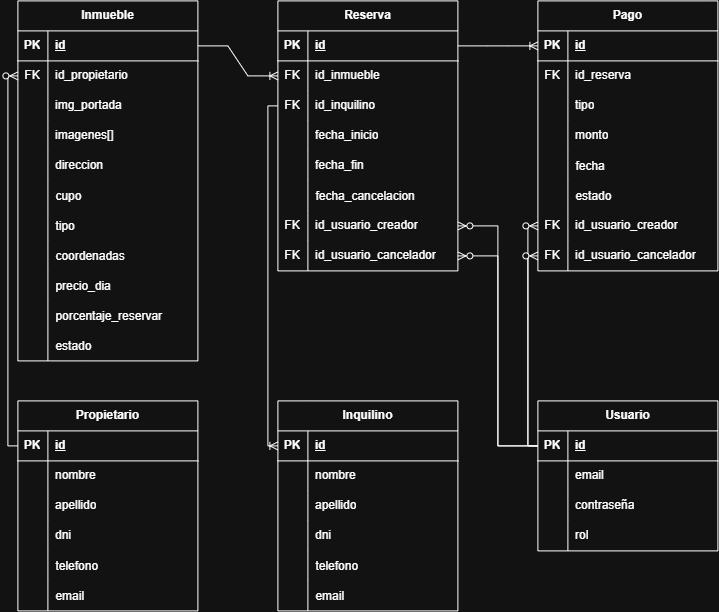
This is proyectoInmobiliaria.drawio.png from FranciscoCordoba/inmobiliariaLab2, a draw.io export, as it was before one commit. Source tidied: cells renumbered, new cells last; positions are measured from the earlier drawing's top-left corner, leaving out a move shared by most shapes.
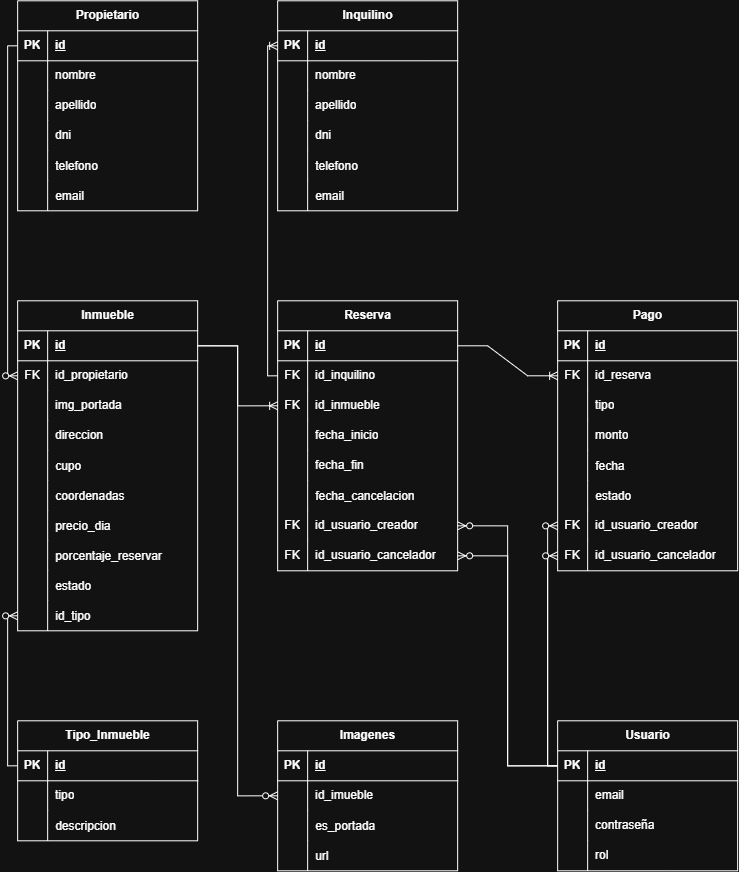
The same diagram one commit later.

Diff of the diagram source:
```diff
@@ -3,7 +3,7 @@
     <mxCell id="0" />
     <mxCell id="1" parent="0" />
     <mxCell id="2" value="Inmueble" style="shape=table;startSize=30;rowLines=0;fontStyle=1;align=center;html=1;" parent="1" vertex="1">
-      <mxGeometry width="180" height="360" as="geometry" />
+      <mxGeometry x="-40" y="300" width="180" height="330" as="geometry" />
     </mxCell>
     <mxCell id="3" style="shape=tableRow;horizontal=0;startSize=0;swimlaneHead=0;swimlaneBody=0;fillColor=none;points=[[0,0.5],[1,0.5]];portConstraint=eastwest;top=0;left=0;right=0;bottom=1;" parent="2" vertex="1">
       <mxGeometry y="30" width="180" height="30" as="geometry" />
@@ -32,17 +32,8 @@
     <mxCell id="11" value="img_portada" style="shape=partialRectangle;fillColor=none;top=0;left=0;bottom=0;right=0;align=left;spacingLeft=6;overflow=hidden;whiteSpace=wrap;html=1;" parent="9" vertex="1">
       <mxGeometry x="30" width="150" height="30" as="geometry" />
     </mxCell>
-    <mxCell id="12" style="shape=tableRow;horizontal=0;startSize=0;swimlaneHead=0;swimlaneBody=0;fillColor=none;top=0;left=0;right=0;bottom=0;" parent="2" vertex="1">
-      <mxGeometry y="120" width="180" height="30" as="geometry" />
-    </mxCell>
-    <mxCell id="13" style="shape=partialRectangle;fillColor=none;top=0;left=0;bottom=0;right=0;overflow=hidden;whiteSpace=wrap;html=1;" parent="12" vertex="1">
-      <mxGeometry width="30" height="30" as="geometry" />
-    </mxCell>
-    <mxCell id="14" value="imagenes[]" style="shape=partialRectangle;fillColor=none;top=0;left=0;bottom=0;right=0;align=left;spacingLeft=6;overflow=hidden;whiteSpace=wrap;html=1;" parent="12" vertex="1">
-      <mxGeometry x="30" width="150" height="30" as="geometry" />
-    </mxCell>
     <mxCell id="15" style="shape=tableRow;horizontal=0;startSize=0;swimlaneHead=0;swimlaneBody=0;fillColor=none;top=0;left=0;right=0;bottom=0;" parent="2" vertex="1">
-      <mxGeometry y="150" width="180" height="30" as="geometry" />
+      <mxGeometry y="120" width="180" height="30" as="geometry" />
     </mxCell>
     <mxCell id="16" style="shape=partialRectangle;fillColor=none;top=0;left=0;bottom=0;right=0;overflow=hidden;whiteSpace=wrap;html=1;" parent="15" vertex="1">
       <mxGeometry width="30" height="30" as="geometry" />
@@ -51,7 +42,7 @@
       <mxGeometry x="30" width="150" height="30" as="geometry" />
     </mxCell>
     <mxCell id="18" style="shape=tableRow;horizontal=0;startSize=0;swimlaneHead=0;swimlaneBody=0;fillColor=none;top=0;left=0;right=0;bottom=0;" parent="2" vertex="1">
-      <mxGeometry y="180" width="180" height="30" as="geometry" />
+      <mxGeometry y="150" width="180" height="30" as="geometry" />
     </mxCell>
     <mxCell id="19" style="shape=partialRectangle;fillColor=none;top=0;left=0;bottom=0;right=0;overflow=hidden;" parent="18" vertex="1">
       <mxGeometry width="30" height="30" as="geometry" />
@@ -59,17 +50,8 @@
     <mxCell id="20" value="cupo" style="shape=partialRectangle;fillColor=none;top=0;left=0;bottom=0;right=0;align=left;spacingLeft=6;overflow=hidden;" parent="18" vertex="1">
       <mxGeometry x="30" width="150" height="30" as="geometry" />
     </mxCell>
-    <mxCell id="21" style="shape=tableRow;horizontal=0;startSize=0;swimlaneHead=0;swimlaneBody=0;fillColor=none;points=[[0,0.5],[1,0.5]];portConstraint=eastwest;top=0;left=0;right=0;bottom=0;" parent="2" vertex="1">
-      <mxGeometry y="210" width="180" height="30" as="geometry" />
-    </mxCell>
-    <mxCell id="22" style="shape=partialRectangle;fillColor=none;top=0;left=0;bottom=0;right=0;overflow=hidden;" parent="21" vertex="1">
-      <mxGeometry width="30" height="30" as="geometry" />
-    </mxCell>
-    <mxCell id="23" value="tipo" style="shape=partialRectangle;fillColor=none;top=0;left=0;bottom=0;right=0;align=left;spacingLeft=6;overflow=hidden;" parent="21" vertex="1">
-      <mxGeometry x="30" width="150" height="30" as="geometry" />
-    </mxCell>
     <mxCell id="24" style="shape=tableRow;horizontal=0;startSize=0;swimlaneHead=0;swimlaneBody=0;fillColor=none;top=0;left=0;right=0;bottom=0;" parent="2" vertex="1">
-      <mxGeometry y="240" width="180" height="30" as="geometry" />
+      <mxGeometry y="180" width="180" height="30" as="geometry" />
     </mxCell>
     <mxCell id="25" style="shape=partialRectangle;fillColor=none;top=0;left=0;bottom=0;right=0;overflow=hidden;" parent="24" vertex="1">
       <mxGeometry width="30" height="30" as="geometry" />
@@ -78,7 +60,7 @@
       <mxGeometry x="30" width="150" height="30" as="geometry" />
     </mxCell>
     <mxCell id="27" style="shape=tableRow;horizontal=0;startSize=0;swimlaneHead=0;swimlaneBody=0;fillColor=none;top=0;left=0;right=0;bottom=0;" parent="2" vertex="1">
-      <mxGeometry y="270" width="180" height="30" as="geometry" />
+      <mxGeometry y="210" width="180" height="30" as="geometry" />
     </mxCell>
     <mxCell id="28" style="shape=partialRectangle;fillColor=none;top=0;left=0;bottom=0;right=0;overflow=hidden;" parent="27" vertex="1">
       <mxGeometry width="30" height="30" as="geometry" />
@@ -87,7 +69,7 @@
       <mxGeometry x="30" width="150" height="30" as="geometry" />
     </mxCell>
     <mxCell id="30" style="shape=tableRow;horizontal=0;startSize=0;swimlaneHead=0;swimlaneBody=0;fillColor=none;top=0;left=0;right=0;bottom=0;" parent="2" vertex="1">
-      <mxGeometry y="300" width="180" height="30" as="geometry" />
+      <mxGeometry y="240" width="180" height="30" as="geometry" />
     </mxCell>
     <mxCell id="31" style="shape=partialRectangle;fillColor=none;top=0;left=0;bottom=0;right=0;overflow=hidden;" parent="30" vertex="1">
       <mxGeometry width="30" height="30" as="geometry" />
@@ -96,7 +78,7 @@
       <mxGeometry x="30" width="150" height="30" as="geometry" />
     </mxCell>
     <mxCell id="33" style="shape=tableRow;horizontal=0;startSize=0;swimlaneHead=0;swimlaneBody=0;fillColor=none;top=0;left=0;right=0;bottom=0;" parent="2" vertex="1">
-      <mxGeometry y="330" width="180" height="30" as="geometry" />
+      <mxGeometry y="270" width="180" height="30" as="geometry" />
     </mxCell>
     <mxCell id="34" style="shape=partialRectangle;fillColor=none;top=0;left=0;bottom=0;right=0;overflow=hidden;" parent="33" vertex="1">
       <mxGeometry width="30" height="30" as="geometry" />
@@ -104,8 +86,17 @@
     <mxCell id="35" value="estado" style="shape=partialRectangle;fillColor=none;top=0;left=0;bottom=0;right=0;align=left;spacingLeft=6;overflow=hidden;" parent="33" vertex="1">
       <mxGeometry x="30" width="150" height="30" as="geometry" />
     </mxCell>
+    <mxCell id="21" style="shape=tableRow;horizontal=0;startSize=0;swimlaneHead=0;swimlaneBody=0;fillColor=none;points=[[0,0.5],[1,0.5]];portConstraint=eastwest;top=0;left=0;right=0;bottom=0;" parent="2" vertex="1">
+      <mxGeometry y="300" width="180" height="30" as="geometry" />
+    </mxCell>
+    <mxCell id="22" style="shape=partialRectangle;fillColor=none;top=0;left=0;bottom=0;right=0;overflow=hidden;" parent="21" vertex="1">
+      <mxGeometry width="30" height="30" as="geometry" />
+    </mxCell>
+    <mxCell id="23" value="id_tipo" style="shape=partialRectangle;fillColor=none;top=0;left=0;bottom=0;right=0;align=left;spacingLeft=6;overflow=hidden;" parent="21" vertex="1">
+      <mxGeometry x="30" width="150" height="30" as="geometry" />
+    </mxCell>
     <mxCell id="36" value="Inquilino" style="shape=table;startSize=30;rowLines=0;fontStyle=1;align=center;html=1;" parent="1" vertex="1">
-      <mxGeometry x="260" y="400" width="180" height="210" as="geometry" />
+      <mxGeometry x="220" width="180" height="210" as="geometry" />
     </mxCell>
     <mxCell id="37" style="shape=tableRow;horizontal=0;startSize=0;swimlaneHead=0;swimlaneBody=0;fillColor=none;points=[[0,0.5],[1,0.5]];portConstraint=eastwest;top=0;left=0;right=0;bottom=1;" parent="36" vertex="1">
       <mxGeometry y="30" width="180" height="30" as="geometry" />
@@ -162,7 +153,7 @@
       <mxGeometry x="30" width="150" height="30" as="geometry" />
     </mxCell>
     <mxCell id="55" value="Propietario" style="shape=table;startSize=30;rowLines=0;fontStyle=1;align=center;html=1;" parent="1" vertex="1">
-      <mxGeometry y="400" width="180" height="210" as="geometry" />
+      <mxGeometry x="-40" width="180" height="210" as="geometry" />
     </mxCell>
     <mxCell id="56" style="shape=tableRow;horizontal=0;startSize=0;swimlaneHead=0;swimlaneBody=0;fillColor=none;points=[[0,0.5],[1,0.5]];portConstraint=eastwest;top=0;left=0;right=0;bottom=1;" parent="55" vertex="1">
       <mxGeometry y="30" width="180" height="30" as="geometry" />
@@ -219,7 +210,7 @@
       <mxGeometry x="30" width="150" height="30" as="geometry" />
     </mxCell>
     <mxCell id="74" value="Pago" style="shape=table;startSize=30;rowLines=0;fontStyle=1;align=center;html=1;" parent="1" vertex="1">
-      <mxGeometry x="520" width="180" height="270" as="geometry" />
+      <mxGeometry x="500" y="300" width="180" height="270" as="geometry" />
     </mxCell>
     <mxCell id="75" style="shape=tableRow;horizontal=0;startSize=0;swimlaneHead=0;swimlaneBody=0;fillColor=none;points=[[0,0.5],[1,0.5]];portConstraint=eastwest;top=0;left=0;right=0;bottom=1;" parent="74" vertex="1">
       <mxGeometry y="30" width="180" height="30" as="geometry" />
@@ -294,7 +285,7 @@
       <mxGeometry x="30" width="150" height="30" as="geometry" />
     </mxCell>
     <mxCell id="99" value="Reserva" style="shape=table;startSize=30;rowLines=0;fontStyle=1;align=center;html=1;" parent="1" vertex="1">
-      <mxGeometry x="260" width="180" height="270" as="geometry" />
+      <mxGeometry x="220" y="300" width="180" height="270" as="geometry" />
     </mxCell>
     <mxCell id="100" style="shape=tableRow;horizontal=0;startSize=0;swimlaneHead=0;swimlaneBody=0;fillColor=none;points=[[0,0.5],[1,0.5]];portConstraint=eastwest;top=0;left=0;right=0;bottom=1;" parent="99" vertex="1">
       <mxGeometry y="30" width="180" height="30" as="geometry" />
@@ -305,8 +296,17 @@
     <mxCell id="102" value="id" style="shape=partialRectangle;fillColor=none;top=0;left=0;bottom=0;right=0;align=left;spacingLeft=6;fontStyle=5;overflow=hidden;whiteSpace=wrap;html=1;" parent="100" vertex="1">
       <mxGeometry x="30" width="150" height="30" as="geometry" />
     </mxCell>
+    <mxCell id="106" style="shape=tableRow;horizontal=0;startSize=0;swimlaneHead=0;swimlaneBody=0;fillColor=none;points=[[0,0.5],[1,0.5]];portConstraint=eastwest;top=0;left=0;right=0;bottom=0;" parent="99" vertex="1">
+      <mxGeometry y="60" width="180" height="30" as="geometry" />
+    </mxCell>
+    <mxCell id="107" value="FK" style="shape=partialRectangle;fillColor=none;top=0;left=0;bottom=0;right=0;overflow=hidden;whiteSpace=wrap;html=1;" parent="106" vertex="1">
+      <mxGeometry width="30" height="30" as="geometry" />
+    </mxCell>
+    <mxCell id="108" value="id_inquilino" style="shape=partialRectangle;fillColor=none;top=0;left=0;bottom=0;right=0;align=left;spacingLeft=6;overflow=hidden;whiteSpace=wrap;html=1;" parent="106" vertex="1">
+      <mxGeometry x="30" width="150" height="30" as="geometry" />
+    </mxCell>
     <mxCell id="103" style="shape=tableRow;horizontal=0;startSize=0;swimlaneHead=0;swimlaneBody=0;fillColor=none;points=[[0,0.5],[1,0.5]];portConstraint=eastwest;top=0;left=0;right=0;bottom=0;" parent="99" vertex="1">
-      <mxGeometry y="60" width="180" height="30" as="geometry" />
+      <mxGeometry y="90" width="180" height="30" as="geometry" />
     </mxCell>
     <mxCell id="104" value="FK" style="shape=partialRectangle;fillColor=none;top=0;left=0;bottom=0;right=0;fontStyle=0;overflow=hidden;whiteSpace=wrap;html=1;" parent="103" vertex="1">
       <mxGeometry width="30" height="30" as="geometry" />
@@ -314,15 +314,6 @@
     <mxCell id="105" value="id_inmueble" style="shape=partialRectangle;fillColor=none;top=0;left=0;bottom=0;right=0;align=left;spacingLeft=6;fontStyle=0;overflow=hidden;whiteSpace=wrap;html=1;" parent="103" vertex="1">
       <mxGeometry x="30" width="150" height="30" as="geometry" />
     </mxCell>
-    <mxCell id="106" style="shape=tableRow;horizontal=0;startSize=0;swimlaneHead=0;swimlaneBody=0;fillColor=none;points=[[0,0.5],[1,0.5]];portConstraint=eastwest;top=0;left=0;right=0;bottom=0;" parent="99" vertex="1">
-      <mxGeometry y="90" width="180" height="30" as="geometry" />
-    </mxCell>
-    <mxCell id="107" value="FK" style="shape=partialRectangle;fillColor=none;top=0;left=0;bottom=0;right=0;overflow=hidden;whiteSpace=wrap;html=1;" parent="106" vertex="1">
-      <mxGeometry width="30" height="30" as="geometry" />
-    </mxCell>
-    <mxCell id="108" value="id_inquilino" style="shape=partialRectangle;fillColor=none;top=0;left=0;bottom=0;right=0;align=left;spacingLeft=6;overflow=hidden;whiteSpace=wrap;html=1;" parent="106" vertex="1">
-      <mxGeometry x="30" width="150" height="30" as="geometry" />
-    </mxCell>
     <mxCell id="109" style="shape=tableRow;horizontal=0;startSize=0;swimlaneHead=0;swimlaneBody=0;fillColor=none;top=0;left=0;right=0;bottom=0;" parent="99" vertex="1">
       <mxGeometry y="120" width="180" height="30" as="geometry" />
     </mxCell>
@@ -368,7 +359,7 @@
     <mxCell id="123" value="id_usuario_cancelador" style="shape=partialRectangle;fillColor=none;top=0;left=0;bottom=0;right=0;align=left;spacingLeft=6;fontStyle=0;overflow=hidden;whiteSpace=wrap;html=1;" parent="121" vertex="1">
       <mxGeometry x="30" width="150" height="30" as="geometry" />
     </mxCell>
-    <mxCell id="124" style="edgeStyle=entityRelationEdgeStyle;fontSize=12;html=1;endArrow=ERoneToMany;rounded=0;entryX=0;entryY=0.5;entryDx=0;entryDy=0;exitX=1;exitY=0.5;exitDx=0;exitDy=0;" parent="1" edge="1" source="3" target="103">
+    <mxCell id="124" style="edgeStyle=orthogonalEdgeStyle;fontSize=12;html=1;endArrow=ERoneToMany;rounded=0;entryX=0;entryY=0.5;entryDx=0;entryDy=0;exitX=1;exitY=0.5;exitDx=0;exitDy=0;" parent="1" edge="1" source="3" target="103">
       <mxGeometry relative="1" as="geometry" />
     </mxCell>
     <mxCell id="125" style="edgeStyle=orthogonalEdgeStyle;fontSize=12;html=1;endArrow=ERzeroToMany;endFill=1;rounded=0;entryX=0;entryY=0.5;entryDx=0;entryDy=0;exitX=0;exitY=0.5;exitDx=0;exitDy=0;" parent="1" edge="1" source="56" target="6">
@@ -378,7 +369,7 @@
       <mxGeometry relative="1" as="geometry" />
     </mxCell>
     <mxCell id="127" value="Usuario" style="shape=table;startSize=30;rowLines=0;fontStyle=1;align=center;html=1;" parent="1" vertex="1">
-      <mxGeometry x="520" y="400" width="180" height="150" as="geometry" />
+      <mxGeometry x="500" y="720" width="180" height="150" as="geometry" />
     </mxCell>
     <mxCell id="128" style="shape=tableRow;horizontal=0;startSize=0;swimlaneHead=0;swimlaneBody=0;fillColor=none;points=[[0,0.5],[1,0.5]];portConstraint=eastwest;top=0;left=0;right=0;bottom=1;" parent="127" vertex="1">
       <mxGeometry y="30" width="180" height="30" as="geometry" />
@@ -416,7 +407,7 @@
     <mxCell id="139" value="rol" style="shape=partialRectangle;fillColor=none;top=0;left=0;bottom=0;right=0;align=left;spacingLeft=6;overflow=hidden;whiteSpace=wrap;html=1;" parent="137" vertex="1">
       <mxGeometry x="30" width="150" height="30" as="geometry" />
     </mxCell>
-    <mxCell id="140" style="edgeStyle=entityRelationEdgeStyle;fontSize=12;html=1;endArrow=ERoneToMany;rounded=0;entryX=0;entryY=0.5;entryDx=0;entryDy=0;exitX=1;exitY=0.5;exitDx=0;exitDy=0;" parent="1" edge="1" source="100" target="75">
+    <mxCell id="140" style="edgeStyle=entityRelationEdgeStyle;fontSize=12;html=1;endArrow=ERoneToMany;rounded=0;entryX=0;entryY=0.5;entryDx=0;entryDy=0;exitX=1;exitY=0.5;exitDx=0;exitDy=0;" parent="1" edge="1" source="100" target="78">
       <mxGeometry relative="1" as="geometry" />
     </mxCell>
     <mxCell id="141" style="edgeStyle=orthogonalEdgeStyle;fontSize=12;html=1;endArrow=ERzeroToMany;endFill=1;rounded=0;entryX=1;entryY=0.5;entryDx=0;entryDy=0;exitX=0;exitY=0.5;exitDx=0;exitDy=0;" parent="1" edge="1" source="128" target="118">
@@ -431,5 +422,80 @@
     <mxCell id="144" style="edgeStyle=orthogonalEdgeStyle;fontSize=12;html=1;endArrow=ERzeroToMany;endFill=1;rounded=0;entryX=0;entryY=0.5;entryDx=0;entryDy=0;exitX=0;exitY=0.5;exitDx=0;exitDy=0;" parent="1" edge="1" source="128" target="96">
       <mxGeometry relative="1" as="geometry" />
     </mxCell>
+    <mxCell id="145" value="Tipo_Inmueble" style="shape=table;startSize=30;rowLines=0;fontStyle=1;align=center;html=1;" parent="1" vertex="1">
+      <mxGeometry x="-40" y="720" width="180" height="120" as="geometry" />
+    </mxCell>
+    <mxCell id="146" style="shape=tableRow;horizontal=0;startSize=0;swimlaneHead=0;swimlaneBody=0;fillColor=none;points=[[0,0.5],[1,0.5]];portConstraint=eastwest;top=0;left=0;right=0;bottom=1;" parent="145" vertex="1">
+      <mxGeometry y="30" width="180" height="30" as="geometry" />
+    </mxCell>
+    <mxCell id="147" value="PK" style="shape=partialRectangle;fillColor=none;top=0;left=0;bottom=0;right=0;fontStyle=1;overflow=hidden;whiteSpace=wrap;html=1;" parent="146" vertex="1">
+      <mxGeometry width="30" height="30" as="geometry" />
+    </mxCell>
+    <mxCell id="148" value="id" style="shape=partialRectangle;fillColor=none;top=0;left=0;bottom=0;right=0;align=left;spacingLeft=6;fontStyle=5;overflow=hidden;whiteSpace=wrap;html=1;" parent="146" vertex="1">
+      <mxGeometry x="30" width="150" height="30" as="geometry" />
+    </mxCell>
+    <mxCell id="149" style="shape=tableRow;horizontal=0;startSize=0;swimlaneHead=0;swimlaneBody=0;fillColor=none;top=0;left=0;right=0;bottom=0;" parent="145" vertex="1">
+      <mxGeometry y="60" width="180" height="30" as="geometry" />
+    </mxCell>
+    <mxCell id="150" style="shape=partialRectangle;fillColor=none;top=0;left=0;bottom=0;right=0;overflow=hidden;whiteSpace=wrap;html=1;" parent="149" vertex="1">
+      <mxGeometry width="30" height="30" as="geometry" />
+    </mxCell>
+    <mxCell id="151" value="tipo" style="shape=partialRectangle;fillColor=none;top=0;left=0;bottom=0;right=0;align=left;spacingLeft=6;overflow=hidden;whiteSpace=wrap;html=1;" parent="149" vertex="1">
+      <mxGeometry x="30" width="150" height="30" as="geometry" />
+    </mxCell>
+    <mxCell id="152" style="shape=tableRow;horizontal=0;startSize=0;swimlaneHead=0;swimlaneBody=0;fillColor=none;top=0;left=0;right=0;bottom=0;" parent="145" vertex="1">
+      <mxGeometry y="90" width="180" height="30" as="geometry" />
+    </mxCell>
+    <mxCell id="153" style="shape=partialRectangle;fillColor=none;top=0;left=0;bottom=0;right=0;overflow=hidden;" parent="152" vertex="1">
+      <mxGeometry width="30" height="30" as="geometry" />
+    </mxCell>
+    <mxCell id="154" value="descripcion" style="shape=partialRectangle;fillColor=none;top=0;left=0;bottom=0;right=0;align=left;spacingLeft=6;overflow=hidden;" parent="152" vertex="1">
+      <mxGeometry x="30" width="150" height="30" as="geometry" />
+    </mxCell>
+    <mxCell id="155" style="edgeStyle=orthogonalEdgeStyle;fontSize=12;html=1;endArrow=ERzeroToMany;endFill=1;rounded=0;entryX=0;entryY=0.5;entryDx=0;entryDy=0;exitX=0;exitY=0.5;exitDx=0;exitDy=0;" parent="1" edge="1" source="146" target="21">
+      <mxGeometry relative="1" as="geometry" />
+    </mxCell>
+    <mxCell id="156" value="Imagenes" style="shape=table;startSize=30;rowLines=0;fontStyle=1;align=center;html=1;" parent="1" vertex="1">
+      <mxGeometry x="220" y="720" width="180" height="150" as="geometry" />
+    </mxCell>
+    <mxCell id="157" style="shape=tableRow;horizontal=0;startSize=0;swimlaneHead=0;swimlaneBody=0;fillColor=none;top=0;left=0;right=0;bottom=1;" parent="156" vertex="1">
+      <mxGeometry y="30" width="180" height="30" as="geometry" />
+    </mxCell>
+    <mxCell id="158" value="PK" style="shape=partialRectangle;fillColor=none;top=0;left=0;bottom=0;right=0;fontStyle=1;overflow=hidden;whiteSpace=wrap;html=1;" parent="157" vertex="1">
+      <mxGeometry width="30" height="30" as="geometry" />
+    </mxCell>
+    <mxCell id="159" value="id" style="shape=partialRectangle;fillColor=none;top=0;left=0;bottom=0;right=0;align=left;spacingLeft=6;fontStyle=5;overflow=hidden;whiteSpace=wrap;html=1;" parent="157" vertex="1">
+      <mxGeometry x="30" width="150" height="30" as="geometry" />
+    </mxCell>
+    <mxCell id="160" style="shape=tableRow;horizontal=0;startSize=0;swimlaneHead=0;swimlaneBody=0;fillColor=none;points=[[0,0.5],[1,0.5]];portConstraint=eastwest;top=0;left=0;right=0;bottom=0;" parent="156" vertex="1">
+      <mxGeometry y="60" width="180" height="30" as="geometry" />
+    </mxCell>
+    <mxCell id="161" style="shape=partialRectangle;fillColor=none;top=0;left=0;bottom=0;right=0;overflow=hidden;whiteSpace=wrap;html=1;" parent="160" vertex="1">
+      <mxGeometry width="30" height="30" as="geometry" />
+    </mxCell>
+    <mxCell id="162" value="id_imueble" style="shape=partialRectangle;fillColor=none;top=0;left=0;bottom=0;right=0;align=left;spacingLeft=6;overflow=hidden;whiteSpace=wrap;html=1;" parent="160" vertex="1">
+      <mxGeometry x="30" width="150" height="30" as="geometry" />
+    </mxCell>
+    <mxCell id="163" style="shape=tableRow;horizontal=0;startSize=0;swimlaneHead=0;swimlaneBody=0;fillColor=none;top=0;left=0;right=0;bottom=0;" parent="156" vertex="1">
+      <mxGeometry y="90" width="180" height="30" as="geometry" />
+    </mxCell>
+    <mxCell id="164" style="shape=partialRectangle;fillColor=none;top=0;left=0;bottom=0;right=0;overflow=hidden;" parent="163" vertex="1">
+      <mxGeometry width="30" height="30" as="geometry" />
+    </mxCell>
+    <mxCell id="165" value="es_portada" style="shape=partialRectangle;fillColor=none;top=0;left=0;bottom=0;right=0;align=left;spacingLeft=6;overflow=hidden;" parent="163" vertex="1">
+      <mxGeometry x="30" width="150" height="30" as="geometry" />
+    </mxCell>
+    <mxCell id="12" style="shape=tableRow;horizontal=0;startSize=0;swimlaneHead=0;swimlaneBody=0;fillColor=none;top=0;left=0;right=0;bottom=0;" parent="156" vertex="1">
+      <mxGeometry y="120" width="180" height="30" as="geometry" />
+    </mxCell>
+    <mxCell id="166" style="shape=partialRectangle;fillColor=none;top=0;left=0;bottom=0;right=0;overflow=hidden;" parent="12" vertex="1">
+      <mxGeometry width="30" height="30" as="geometry" />
+    </mxCell>
+    <mxCell id="167" value="url" style="shape=partialRectangle;fillColor=none;top=0;left=0;bottom=0;right=0;align=left;spacingLeft=6;overflow=hidden;" parent="12" vertex="1">
+      <mxGeometry x="30" width="150" height="30" as="geometry" />
+    </mxCell>
+    <mxCell id="168" style="edgeStyle=orthogonalEdgeStyle;fontSize=12;html=1;endArrow=ERzeroToMany;endFill=1;rounded=0;exitX=1;exitY=0.5;exitDx=0;exitDy=0;entryX=0;entryY=0.5;entryDx=0;entryDy=0;" parent="1" edge="1" source="3" target="160">
+      <mxGeometry relative="1" as="geometry" />
+    </mxCell>
   </root>
 </mxGraphModel>
```
